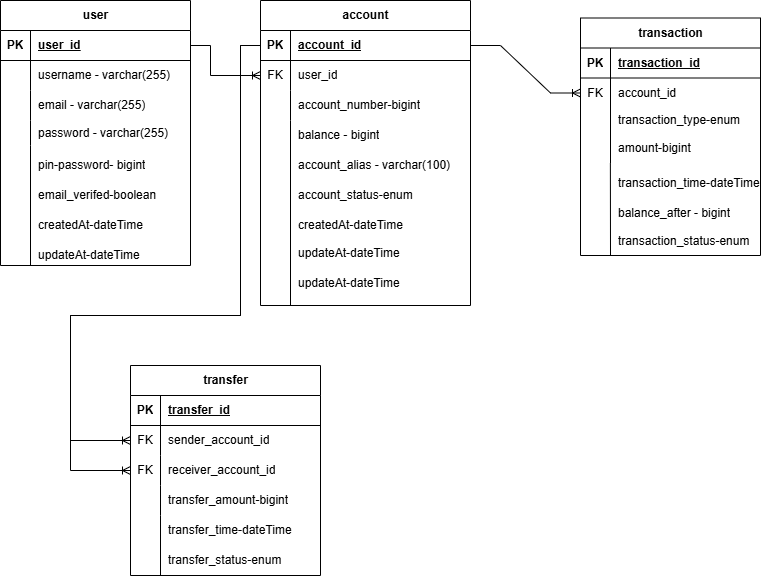
Earlier version of the draw.io export src/ZB-fintech.drawio.png (mingang211/ZB-fintech). Source tidied: cells renumbered, new cells last; positions are measured from the earlier drawing's top-left corner, leaving out a move shared by most shapes.
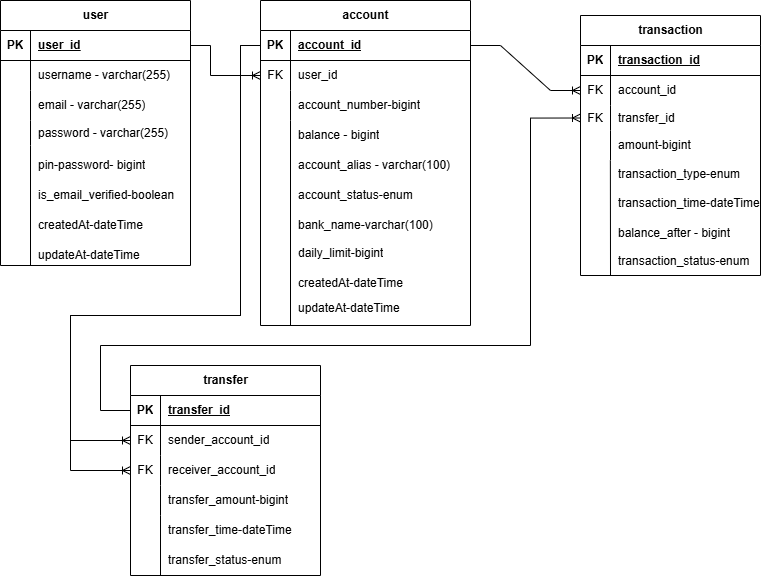
Above is the later version.

The edit, as a diff of the source:
```diff
@@ -42,7 +42,7 @@
       <mxGeometry x="30" width="160" height="25" as="geometry" />
     </mxCell>
     <mxCell id="15" value="account" style="shape=table;startSize=30;rowLines=0;fontStyle=1;align=center;html=1;" parent="1" vertex="1">
-      <mxGeometry x="260" width="210" height="305" as="geometry" />
+      <mxGeometry x="260" width="210" height="325" as="geometry" />
     </mxCell>
     <mxCell id="16" style="shape=tableRow;horizontal=0;startSize=0;swimlaneHead=0;swimlaneBody=0;fillColor=none;points=[[0,0.5],[1,0.5]];portConstraint=eastwest;top=0;left=0;right=0;bottom=1;" parent="15" vertex="1">
       <mxGeometry y="30" width="210" height="30" as="geometry" />
@@ -81,7 +81,7 @@
       <mxGeometry x="30" width="180" height="30" as="geometry" />
     </mxCell>
     <mxCell id="28" value="transaction" style="shape=table;startSize=30;rowLines=0;fontStyle=1;align=center;html=1;" parent="1" vertex="1">
-      <mxGeometry x="580" y="17.5" width="180" height="237.5" as="geometry" />
+      <mxGeometry x="580" y="15" width="180" height="260" as="geometry" />
     </mxCell>
     <mxCell id="29" style="shape=tableRow;horizontal=0;startSize=0;swimlaneHead=0;swimlaneBody=0;fillColor=none;top=0;left=0;right=0;bottom=1;" parent="28" vertex="1">
       <mxGeometry y="30" width="180" height="30" as="geometry" />
@@ -104,10 +104,10 @@
     <mxCell id="35" style="shape=tableRow;horizontal=0;startSize=0;swimlaneHead=0;swimlaneBody=0;fillColor=none;points=[[0,0.5],[1,0.5]];portConstraint=eastwest;top=0;left=0;right=0;bottom=0;" parent="28" vertex="1">
       <mxGeometry y="90" width="180" height="25" as="geometry" />
     </mxCell>
-    <mxCell id="36" style="shape=partialRectangle;fillColor=none;top=0;left=0;bottom=0;right=0;overflow=hidden;whiteSpace=wrap;html=1;" parent="35" vertex="1">
+    <mxCell id="36" value="FK" style="shape=partialRectangle;fillColor=none;top=0;left=0;bottom=0;right=0;overflow=hidden;whiteSpace=wrap;html=1;" parent="35" vertex="1">
       <mxGeometry width="30" height="25" as="geometry" />
     </mxCell>
-    <mxCell id="37" value="transaction_type-enum" style="shape=partialRectangle;fillColor=none;top=0;left=0;bottom=0;right=0;align=left;spacingLeft=6;overflow=hidden;whiteSpace=wrap;html=1;" parent="35" vertex="1">
+    <mxCell id="37" value="transfer_id" style="shape=partialRectangle;fillColor=none;top=0;left=0;bottom=0;right=0;align=left;spacingLeft=6;overflow=hidden;whiteSpace=wrap;html=1;" parent="35" vertex="1">
       <mxGeometry x="30" width="150" height="25" as="geometry" />
     </mxCell>
     <mxCell id="38" style="shape=tableRow;horizontal=0;startSize=0;swimlaneHead=0;swimlaneBody=0;fillColor=none;points=[[0,0.5],[1,0.5]];portConstraint=eastwest;top=0;left=0;right=0;bottom=0;" parent="28" vertex="1">
@@ -122,7 +122,7 @@
     <mxCell id="41" value="pin-password- bigint" style="shape=partialRectangle;fillColor=none;top=0;left=0;bottom=0;right=0;align=left;spacingLeft=6;overflow=hidden;whiteSpace=wrap;html=1;" parent="1" vertex="1">
       <mxGeometry x="30" y="150" width="150" height="30" as="geometry" />
     </mxCell>
-    <mxCell id="42" value="email_verifed-boolean" style="shape=partialRectangle;fillColor=none;top=0;left=0;bottom=0;right=0;align=left;spacingLeft=6;overflow=hidden;whiteSpace=wrap;html=1;" parent="1" vertex="1">
+    <mxCell id="42" value="is_email_verified-boolean" style="shape=partialRectangle;fillColor=none;top=0;left=0;bottom=0;right=0;align=left;spacingLeft=6;overflow=hidden;whiteSpace=wrap;html=1;" parent="1" vertex="1">
       <mxGeometry x="30" y="180" width="150" height="30" as="geometry" />
     </mxCell>
     <mxCell id="43" style="endArrow=none;html=1;rounded=0;" parent="1" edge="1">
@@ -131,15 +131,15 @@
         <mxPoint x="30" y="145" as="targetPoint" />
       </mxGeometry>
     </mxCell>
-    <mxCell id="44" value="createdAt-dateTime" style="shape=partialRectangle;fillColor=none;top=0;left=0;bottom=0;right=0;align=left;spacingLeft=6;overflow=hidden;whiteSpace=wrap;html=1;" parent="1" vertex="1">
+    <mxCell id="44" value="bank_name-varchar(100)" style="shape=partialRectangle;fillColor=none;top=0;left=0;bottom=0;right=0;align=left;spacingLeft=6;overflow=hidden;whiteSpace=wrap;html=1;" parent="1" vertex="1">
       <mxGeometry x="290" y="210" width="150" height="30" as="geometry" />
     </mxCell>
-    <mxCell id="45" value="updateAt-dateTime" style="shape=partialRectangle;fillColor=none;top=0;left=0;bottom=0;right=0;align=left;spacingLeft=6;overflow=hidden;whiteSpace=wrap;html=1;" parent="1" vertex="1">
+    <mxCell id="45" value="daily_limit-bigint" style="shape=partialRectangle;fillColor=none;top=0;left=0;bottom=0;right=0;align=left;spacingLeft=6;overflow=hidden;whiteSpace=wrap;html=1;" parent="1" vertex="1">
       <mxGeometry x="290" y="240" width="150" height="25" as="geometry" />
     </mxCell>
     <mxCell id="46" style="endArrow=none;html=1;rounded=0;" parent="1" edge="1">
       <mxGeometry relative="1" as="geometry">
-        <mxPoint x="290" y="305" as="sourcePoint" />
+        <mxPoint x="290" y="325" as="sourcePoint" />
         <mxPoint x="290" y="140" as="targetPoint" />
       </mxGeometry>
     </mxCell>
@@ -147,18 +147,18 @@
       <mxGeometry x="290" y="180" width="140" height="30" as="geometry" />
     </mxCell>
     <mxCell id="48" value="transaction_time-dateTime" style="shape=partialRectangle;fillColor=none;top=0;left=0;bottom=0;right=0;align=left;spacingLeft=6;overflow=hidden;whiteSpace=wrap;html=1;" parent="1" vertex="1">
-      <mxGeometry x="610" y="167.5" width="150" height="30" as="geometry" />
+      <mxGeometry x="610" y="187.5" width="150" height="30" as="geometry" />
     </mxCell>
     <mxCell id="49" style="endArrow=none;html=1;rounded=0;entryX=0.166;entryY=1.005;entryDx=0;entryDy=0;entryPerimeter=0;" parent="1" edge="1" target="38">
       <mxGeometry relative="1" as="geometry">
-        <mxPoint x="610" y="255" as="sourcePoint" />
+        <mxPoint x="610" y="275" as="sourcePoint" />
       </mxGeometry>
     </mxCell>
     <mxCell id="50" value="balance_after - bigint" style="shape=partialRectangle;fillColor=none;top=0;left=0;bottom=0;right=0;align=left;spacingLeft=6;overflow=hidden;whiteSpace=wrap;html=1;" parent="1" vertex="1">
-      <mxGeometry x="610" y="197.5" width="150" height="30" as="geometry" />
+      <mxGeometry x="610" y="217.5" width="150" height="30" as="geometry" />
     </mxCell>
-    <mxCell id="51" value="transaction_status-enum" style="shape=partialRectangle;fillColor=none;top=0;left=0;bottom=0;right=0;align=left;spacingLeft=6;overflow=hidden;whiteSpace=wrap;html=1;" parent="1" vertex="1">
-      <mxGeometry x="610" y="227.5" width="150" height="27.5" as="geometry" />
+    <mxCell id="51" value="transaction_type-enum" style="shape=partialRectangle;fillColor=none;top=0;left=0;bottom=0;right=0;align=left;spacingLeft=6;overflow=hidden;whiteSpace=wrap;html=1;" parent="1" vertex="1">
+      <mxGeometry x="610" y="160" width="150" height="27.5" as="geometry" />
     </mxCell>
     <mxCell id="52" value="transfer" style="shape=table;startSize=30;rowLines=0;fontStyle=1;align=center;html=1;" parent="1" vertex="1">
       <mxGeometry x="130" y="365" width="190" height="210" as="geometry" />
@@ -255,11 +255,27 @@
     <mxCell id="73" value="account_alias - varchar(100)" style="shape=partialRectangle;fillColor=none;top=0;left=0;bottom=0;right=0;align=left;spacingLeft=6;overflow=hidden;whiteSpace=wrap;html=1;" parent="1" vertex="1">
       <mxGeometry x="290" y="150" width="180" height="30" as="geometry" />
     </mxCell>
-    <mxCell id="74" value="updateAt-dateTime" style="shape=partialRectangle;fillColor=none;top=0;left=0;bottom=0;right=0;align=left;spacingLeft=6;overflow=hidden;whiteSpace=wrap;html=1;" parent="1" vertex="1">
+    <mxCell id="74" value="createdAt-dateTime" style="shape=partialRectangle;fillColor=none;top=0;left=0;bottom=0;right=0;align=left;spacingLeft=6;overflow=hidden;whiteSpace=wrap;html=1;" parent="1" vertex="1">
       <mxGeometry x="290" y="270" width="150" height="25" as="geometry" />
     </mxCell>
     <mxCell id="75" value="updateAt-dateTime" style="shape=partialRectangle;fillColor=none;top=0;left=0;bottom=0;right=0;align=left;spacingLeft=6;overflow=hidden;whiteSpace=wrap;html=1;" parent="1" vertex="1">
       <mxGeometry x="30" y="240" width="150" height="30" as="geometry" />
     </mxCell>
+    <mxCell id="76" value="updateAt-dateTime" style="shape=partialRectangle;fillColor=none;top=0;left=0;bottom=0;right=0;align=left;spacingLeft=6;overflow=hidden;whiteSpace=wrap;html=1;" parent="1" vertex="1">
+      <mxGeometry x="290" y="295" width="150" height="25" as="geometry" />
+    </mxCell>
+    <mxCell id="77" value="transaction_status-enum" style="shape=partialRectangle;fillColor=none;top=0;left=0;bottom=0;right=0;align=left;spacingLeft=6;overflow=hidden;whiteSpace=wrap;html=1;" parent="1" vertex="1">
+      <mxGeometry x="610" y="247.5" width="150" height="27.5" as="geometry" />
+    </mxCell>
+    <mxCell id="78" style="edgeStyle=orthogonalEdgeStyle;fontSize=12;html=1;endArrow=ERoneToMany;rounded=0;entryX=0;entryY=0.5;entryDx=0;entryDy=0;exitX=0;exitY=0.5;exitDx=0;exitDy=0;" parent="1" edge="1" source="53" target="35">
+      <mxGeometry relative="1" as="geometry">
+        <Array as="points">
+          <mxPoint x="100" y="410" />
+          <mxPoint x="100" y="345" />
+          <mxPoint x="530" y="345" />
+          <mxPoint x="530" y="118" />
+        </Array>
+      </mxGeometry>
+    </mxCell>
   </root>
 </mxGraphModel>
```
